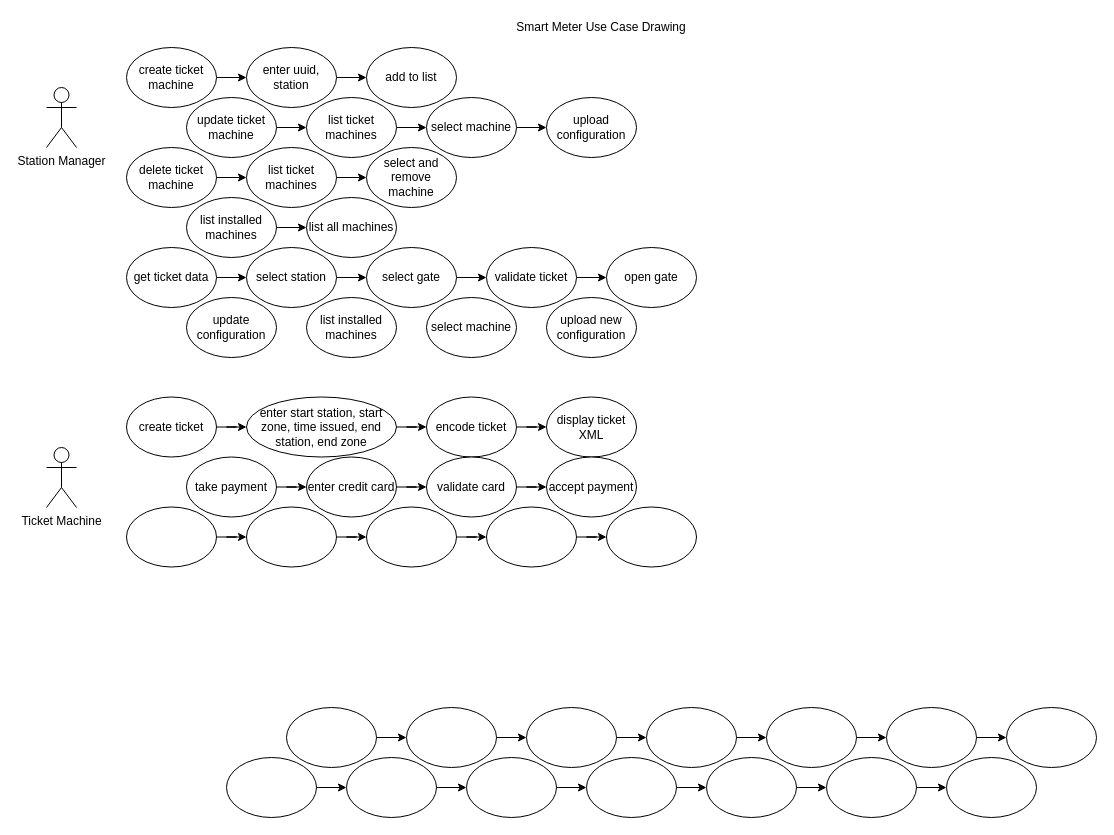
cristiano-93/CristianoTicketMachine keeps this draw.io diagram as project/UMLmodel/drawio/TicketMachineUseCase.drawio. Above is the earlier version. Source tidied: cells renumbered, new cells numbered last; positions are measured from the earlier drawing's top-left corner, leaving out a move shared by most shapes. Both pictures are drawn from the tidied source at 100%, with x=0, y=0 at pixel (46, 17).
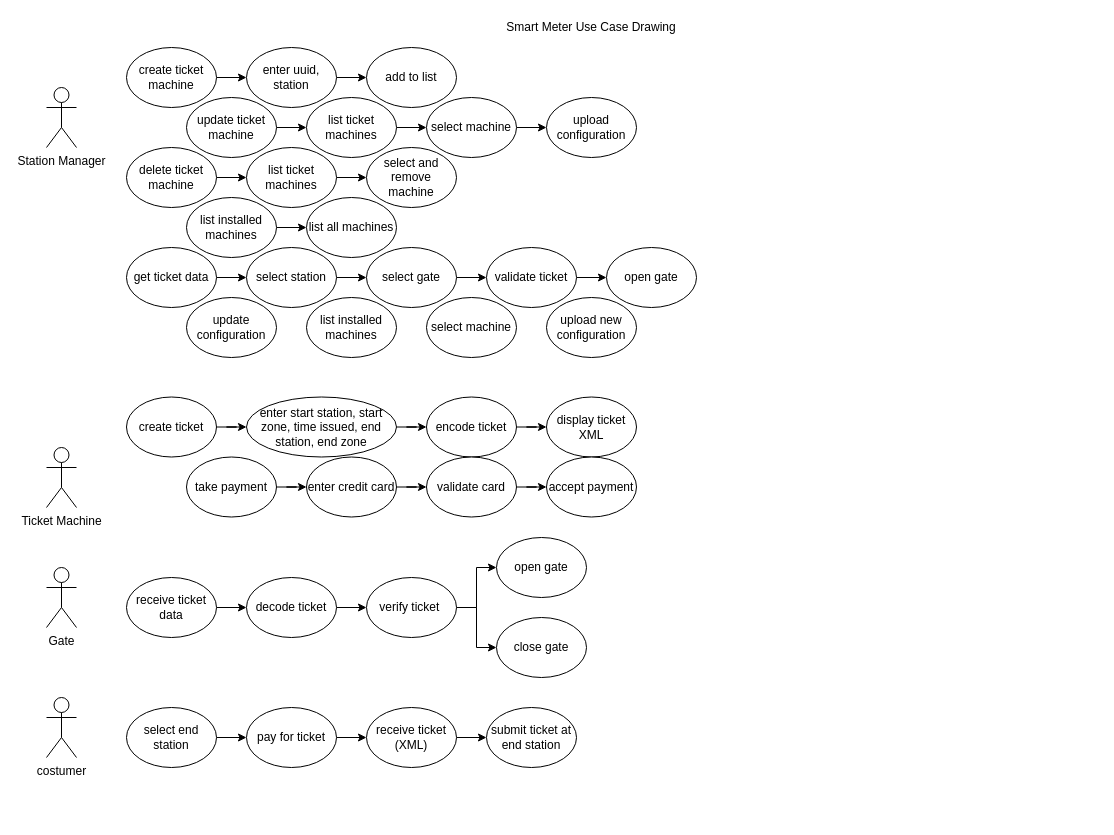
The same diagram, later.

What changed in the source:
```diff
@@
     <mxCell id="3" value="Smart Meter Use Case Drawing" style="text;html=1;strokeColor=none;fillColor=none;align=center;verticalAlign=middle;whiteSpace=wrap;rounded=0;" parent="1" vertex="1">
-      <mxGeometry x="440" width="230" height="20" as="geometry" />
+      <mxGeometry x="430" width="230" height="20" as="geometry" />
     </mxCell>
@@
-    <mxCell id="12" style="edgeStyle=orthogonalEdgeStyle;rounded=0;jettySize=auto;html=1;" parent="1" edge="1" source="13" target="24">
-      <mxGeometry relative="1" as="geometry" />
-    </mxCell>
-    <mxCell id="13" style="ellipse;whiteSpace=wrap;html=1;" parent="1" vertex="1">
-      <mxGeometry x="180" y="740" width="90" height="60" as="geometry" />
-    </mxCell>
@@
-    <mxCell id="23" style="edgeStyle=orthogonalEdgeStyle;rounded=0;jettySize=auto;html=1;" parent="1" edge="1" source="24" target="26">
-      <mxGeometry relative="1" as="geometry" />
-    </mxCell>
-    <mxCell id="24" style="ellipse;whiteSpace=wrap;html=1;" parent="1" vertex="1">
-      <mxGeometry x="300" y="740" width="90" height="60" as="geometry" />
-    </mxCell>
-    <mxCell id="25" style="edgeStyle=orthogonalEdgeStyle;rounded=0;jettySize=auto;html=1;" parent="1" edge="1" source="26" target="28">
-      <mxGeometry relative="1" as="geometry" />
-    </mxCell>
-    <mxCell id="26" style="ellipse;whiteSpace=wrap;html=1;" parent="1" vertex="1">
-      <mxGeometry x="420" y="740" width="90" height="60" as="geometry" />
-    </mxCell>
-    <mxCell id="27" style="edgeStyle=orthogonalEdgeStyle;rounded=0;jettySize=auto;html=1;" parent="1" edge="1" source="28" target="30">
-      <mxGeometry relative="1" as="geometry" />
-    </mxCell>
-    <mxCell id="28" style="ellipse;whiteSpace=wrap;html=1;" parent="1" vertex="1">
-      <mxGeometry x="540" y="740" width="90" height="60" as="geometry" />
-    </mxCell>
-    <mxCell id="29" style="edgeStyle=orthogonalEdgeStyle;rounded=0;jettySize=auto;html=1;" parent="1" edge="1" source="30" target="32">
-      <mxGeometry relative="1" as="geometry" />
-    </mxCell>
-    <mxCell id="30" style="ellipse;whiteSpace=wrap;html=1;" parent="1" vertex="1">
-      <mxGeometry x="660" y="740" width="90" height="60" as="geometry" />
-    </mxCell>
-    <mxCell id="31" style="edgeStyle=orthogonalEdgeStyle;rounded=0;jettySize=auto;html=1;" parent="1" edge="1" source="32" target="33">
-      <mxGeometry relative="1" as="geometry" />
-    </mxCell>
-    <mxCell id="32" style="ellipse;whiteSpace=wrap;html=1;" parent="1" vertex="1">
-      <mxGeometry x="780" y="740" width="90" height="60" as="geometry" />
-    </mxCell>
-    <mxCell id="33" style="ellipse;whiteSpace=wrap;html=1;" parent="1" vertex="1">
-      <mxGeometry x="900" y="740" width="90" height="60" as="geometry" />
-    </mxCell>
@@
-    <mxCell id="46" style="edgeStyle=orthogonalEdgeStyle;rounded=0;jettySize=auto;html=1;" parent="1" edge="1" source="47" target="49">
-      <mxGeometry relative="1" as="geometry" />
-    </mxCell>
-    <mxCell id="47" style="ellipse;whiteSpace=wrap;html=1;" parent="1" vertex="1">
-      <mxGeometry x="240" y="690" width="90" height="60" as="geometry" />
-    </mxCell>
-    <mxCell id="48" style="edgeStyle=orthogonalEdgeStyle;rounded=0;jettySize=auto;html=1;" parent="1" edge="1" source="49" target="51">
-      <mxGeometry relative="1" as="geometry" />
-    </mxCell>
-    <mxCell id="49" style="ellipse;whiteSpace=wrap;html=1;" parent="1" vertex="1">
-      <mxGeometry x="360" y="690" width="90" height="60" as="geometry" />
-    </mxCell>
-    <mxCell id="50" style="edgeStyle=orthogonalEdgeStyle;rounded=0;jettySize=auto;html=1;" parent="1" edge="1" source="51" target="53">
-      <mxGeometry relative="1" as="geometry" />
-    </mxCell>
-    <mxCell id="51" style="ellipse;whiteSpace=wrap;html=1;" parent="1" vertex="1">
-      <mxGeometry x="480" y="690" width="90" height="60" as="geometry" />
-    </mxCell>
-    <mxCell id="52" style="edgeStyle=orthogonalEdgeStyle;rounded=0;jettySize=auto;html=1;" parent="1" edge="1" source="53" target="55">
-      <mxGeometry relative="1" as="geometry" />
-    </mxCell>
-    <mxCell id="53" style="ellipse;whiteSpace=wrap;html=1;" parent="1" vertex="1">
-      <mxGeometry x="600" y="690" width="90" height="60" as="geometry" />
-    </mxCell>
-    <mxCell id="54" style="edgeStyle=orthogonalEdgeStyle;rounded=0;jettySize=auto;html=1;" parent="1" edge="1" source="55" target="57">
-      <mxGeometry relative="1" as="geometry" />
-    </mxCell>
-    <mxCell id="55" style="ellipse;whiteSpace=wrap;html=1;" parent="1" vertex="1">
-      <mxGeometry x="720" y="690" width="90" height="60" as="geometry" />
-    </mxCell>
-    <mxCell id="56" style="edgeStyle=orthogonalEdgeStyle;rounded=0;jettySize=auto;html=1;" parent="1" edge="1" source="57" target="58">
-      <mxGeometry relative="1" as="geometry" />
-    </mxCell>
-    <mxCell id="57" style="ellipse;whiteSpace=wrap;html=1;" parent="1" vertex="1">
-      <mxGeometry x="840" y="690" width="90" height="60" as="geometry" />
-    </mxCell>
-    <mxCell id="58" style="ellipse;whiteSpace=wrap;html=1;" parent="1" vertex="1">
-      <mxGeometry x="960" y="690" width="90" height="60" as="geometry" />
-    </mxCell>
@@
-    <mxCell id="72" style="ellipse;whiteSpace=wrap;html=1;" parent="1" vertex="1">
-      <mxGeometry x="80" y="489.5" width="90" height="60" as="geometry" />
+    <mxCell id="72" value="receive ticket data" style="ellipse;whiteSpace=wrap;html=1;" parent="1" vertex="1">
+      <mxGeometry x="80" y="560" width="90" height="60" as="geometry" />
     </mxCell>
@@
-    <mxCell id="74" style="ellipse;whiteSpace=wrap;html=1;" parent="1" vertex="1">
-      <mxGeometry x="200" y="489.5" width="90" height="60" as="geometry" />
+    <mxCell id="74" value="decode ticket" style="ellipse;whiteSpace=wrap;html=1;" parent="1" vertex="1">
+      <mxGeometry x="200" y="560" width="90" height="60" as="geometry" />
     </mxCell>
@@
+    <mxCell id="87" style="edgeStyle=orthogonalEdgeStyle;rounded=0;jettySize=auto;html=1;entryX=0;entryY=0.5;entryDx=0;entryDy=0;" parent="1" edge="1" source="76" target="79">
+      <mxGeometry relative="1" as="geometry" />
+    </mxCell>
-    <mxCell id="76" style="ellipse;whiteSpace=wrap;html=1;" parent="1" vertex="1">
-      <mxGeometry x="320" y="489.5" width="90" height="60" as="geometry" />
+    <mxCell id="76" value="verify ticket&amp;nbsp;" style="ellipse;whiteSpace=wrap;html=1;" parent="1" vertex="1">
+      <mxGeometry x="320" y="560" width="90" height="60" as="geometry" />
     </mxCell>
-    <mxCell id="77" style="edgeStyle=orthogonalEdgeStyle;rounded=0;jettySize=auto;html=1;" parent="1" edge="1" source="78" target="79">
-      <mxGeometry relative="1" as="geometry" />
-    </mxCell>
-    <mxCell id="78" style="ellipse;whiteSpace=wrap;html=1;" parent="1" vertex="1">
-      <mxGeometry x="440" y="489.5" width="90" height="60" as="geometry" />
+    <mxCell id="78" value="open gate" style="ellipse;whiteSpace=wrap;html=1;" parent="1" vertex="1">
+      <mxGeometry x="450" y="520" width="90" height="60" as="geometry" />
     </mxCell>
-    <mxCell id="79" style="ellipse;whiteSpace=wrap;html=1;" parent="1" vertex="1">
-      <mxGeometry x="560" y="489.5" width="90" height="60" as="geometry" />
+    <mxCell id="79" value="close gate" style="ellipse;whiteSpace=wrap;html=1;" parent="1" vertex="1">
+      <mxGeometry x="450" y="600" width="90" height="60" as="geometry" />
     </mxCell>
@@
+    <mxCell id="88" value="Gate" style="shape=umlActor;verticalLabelPosition=bottom;labelBackgroundColor=#ffffff;verticalAlign=top;html=1;" parent="1" vertex="1">
+      <mxGeometry y="550" width="30" height="60" as="geometry" />
+    </mxCell>
+    <mxCell id="89" value="costumer" style="shape=umlActor;verticalLabelPosition=bottom;labelBackgroundColor=#ffffff;verticalAlign=top;html=1;" parent="1" vertex="1">
+      <mxGeometry y="680" width="30" height="60" as="geometry" />
+    </mxCell>
+    <mxCell id="90" style="edgeStyle=orthogonalEdgeStyle;rounded=0;jettySize=auto;html=1;" parent="1" edge="1" source="91" target="93">
+      <mxGeometry relative="1" as="geometry" />
+    </mxCell>
+    <mxCell id="91" value="select end station" style="ellipse;whiteSpace=wrap;html=1;" parent="1" vertex="1">
+      <mxGeometry x="80" y="690" width="90" height="60" as="geometry" />
+    </mxCell>
+    <mxCell id="92" style="edgeStyle=orthogonalEdgeStyle;rounded=0;jettySize=auto;html=1;" parent="1" edge="1" source="93" target="95">
+      <mxGeometry relative="1" as="geometry" />
+    </mxCell>
+    <mxCell id="93" value="pay for ticket" style="ellipse;whiteSpace=wrap;html=1;" parent="1" vertex="1">
+      <mxGeometry x="200" y="690" width="90" height="60" as="geometry" />
+    </mxCell>
+    <mxCell id="94" style="edgeStyle=orthogonalEdgeStyle;rounded=0;jettySize=auto;html=1;" parent="1" edge="1" source="95" target="96">
+      <mxGeometry relative="1" as="geometry" />
+    </mxCell>
+    <mxCell id="95" value="receive ticket (XML)" style="ellipse;whiteSpace=wrap;html=1;" parent="1" vertex="1">
+      <mxGeometry x="320" y="690" width="90" height="60" as="geometry" />
+    </mxCell>
+    <mxCell id="96" value="submit ticket at end station" style="ellipse;whiteSpace=wrap;html=1;" parent="1" vertex="1">
+      <mxGeometry x="440" y="690" width="90" height="60" as="geometry" />
+    </mxCell>
```
